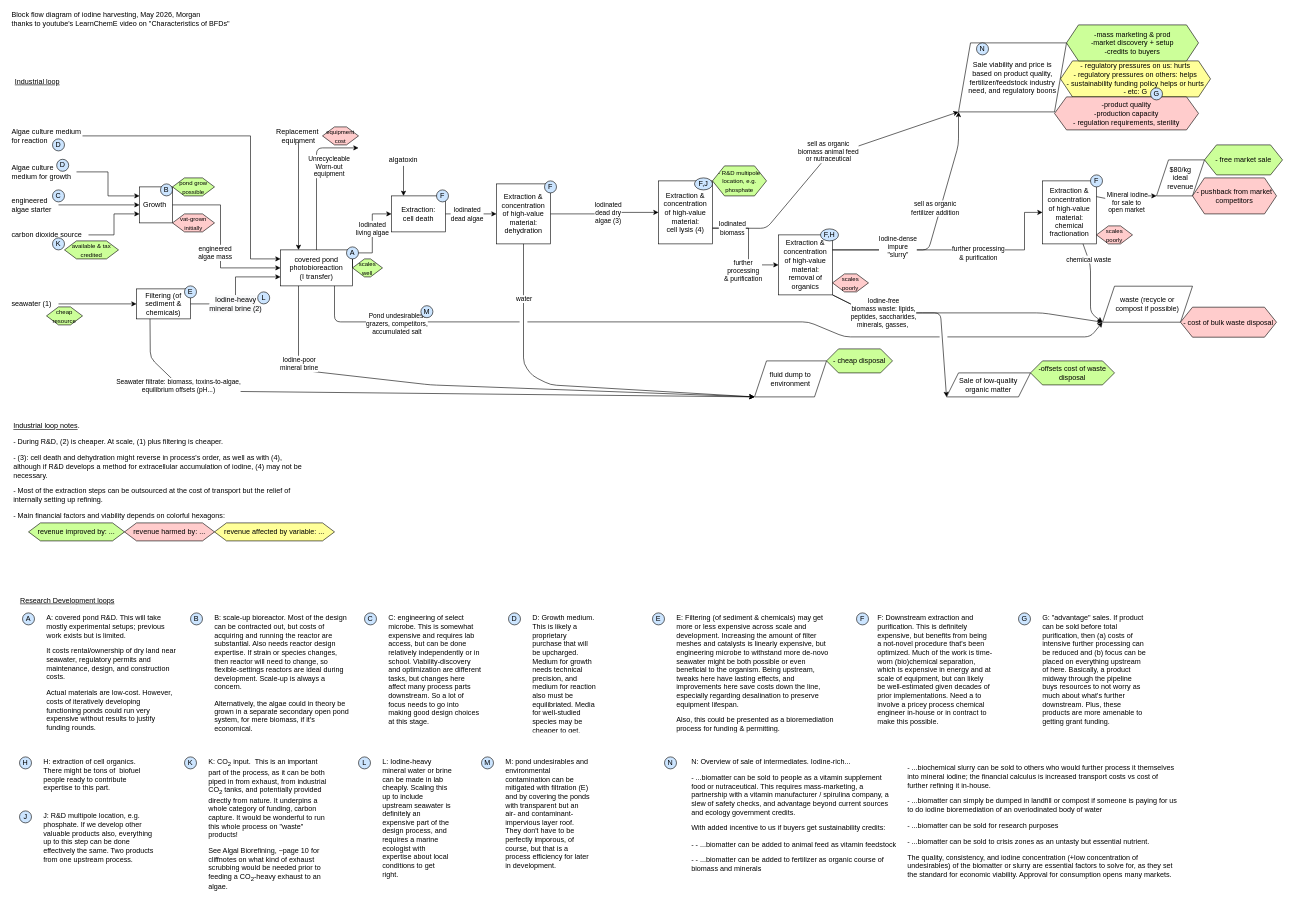
Before: iodine/aux/initial-iodine-block-flow-diagram.drawio.drawio in taoketao/bioinfo-projects, a draw.io diagram. Source tidied: cells renumbered, new cells numbered last; positions are measured from the earlier drawing's top-left corner, leaving out a move shared by most shapes. Both pictures are drawn from the tidied source at 60%, with x=0, y=0 at pixel (10, 13).
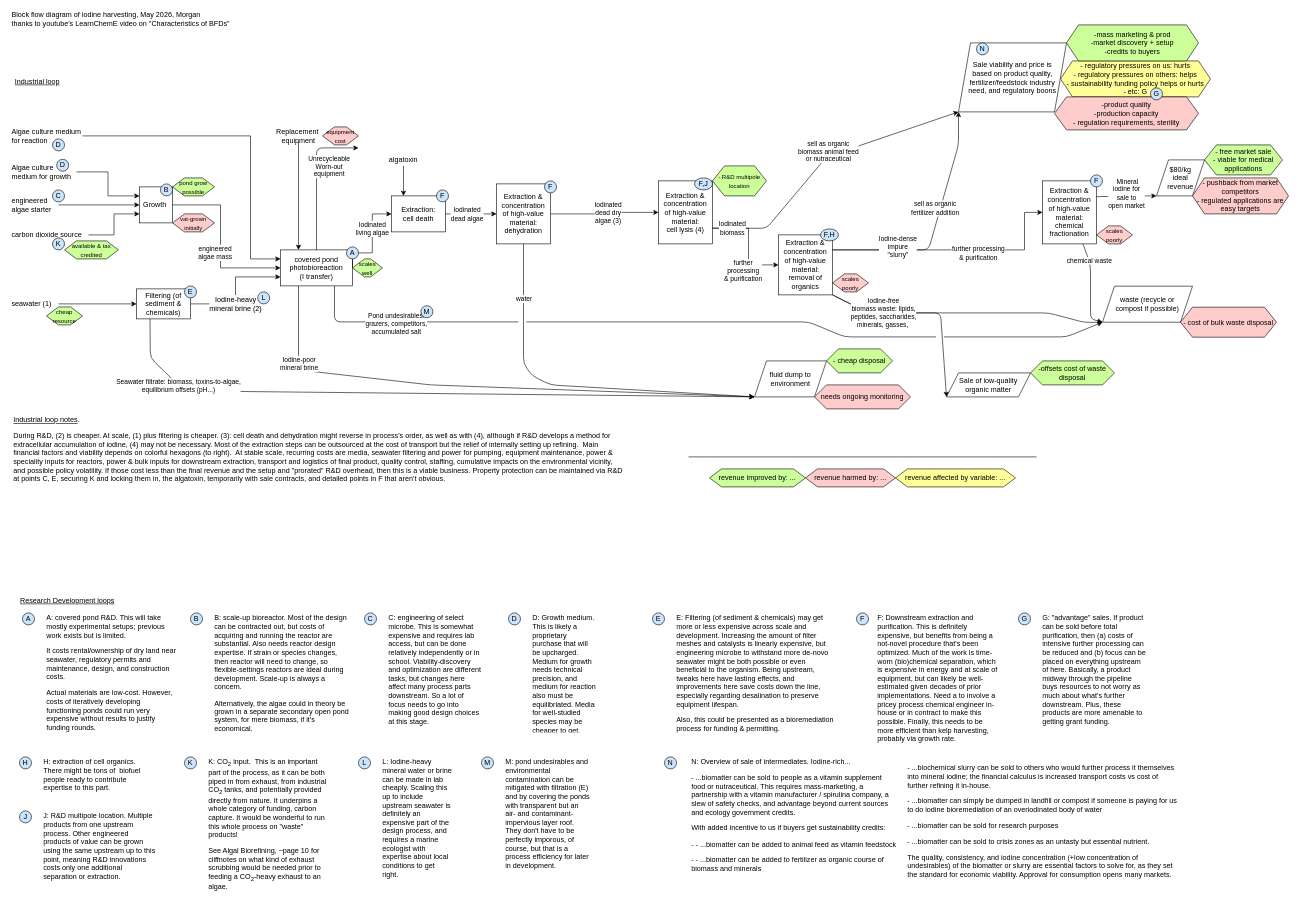
The same diagram, later.

Commit message (it also covers changes not shown here):
quick-synced :wq Sun May 17 21:34:04 2026 housekeeping commit. Added or edited block flow diagram.

Unchanged cells that the change refers to:
```xml
<mxCell id="12" value="covered pond photobioreaction&lt;br&gt;(I transfer)" style="rounded=0;whiteSpace=wrap;html=1;fillColor=none;" parent="1" vertex="1">
  <mxGeometry x="450" y="395" width="120" height="60" as="geometry" />
</mxCell>
<mxCell id="48" value="Extraction &amp;amp;&lt;br&gt;concentration&lt;br&gt;of high-value&lt;br&gt;material:&lt;br&gt;removal of&lt;br&gt;organics" style="rounded=0;whiteSpace=wrap;html=1;fillColor=none;" parent="1" vertex="1">
  <mxGeometry x="1280" y="370" width="90" height="100" as="geometry" />
</mxCell>
<mxCell id="49" value="Extraction &amp;amp;&lt;br&gt;concentration&lt;br&gt;of high-value&lt;br&gt;material:&lt;br&gt;chemical&lt;br&gt;fractionation" style="rounded=0;whiteSpace=wrap;html=1;fillColor=none;" parent="1" vertex="1">
  <mxGeometry x="1720" y="280" width="90" height="105" as="geometry" />
</mxCell>
<mxCell id="58" value="&lt;span&gt;$80/kg&lt;br&gt;ideal &lt;br&gt;revenue&lt;/span&gt;" style="shape=parallelogram;perimeter=parallelogramPerimeter;whiteSpace=wrap;html=1;fixedSize=1;fillColor=none;" parent="1" vertex="1">
  <mxGeometry x="1910" y="245" width="80" height="60" as="geometry" />
</mxCell>
<mxCell id="59" value="waste (recycle or &lt;br&gt;compost if possible)" style="shape=parallelogram;perimeter=parallelogramPerimeter;whiteSpace=wrap;html=1;fixedSize=1;fillColor=none;" parent="1" vertex="1">
  <mxGeometry x="1820" y="455.5" width="150" height="60" as="geometry" />
</mxCell>
```

Diff of the diagram source:
```diff
@@
     <mxCell id="26" style="endArrow=classic;html=1;exitX=0.75;exitY=1;exitDx=0;exitDy=0;entryX=0;entryY=1;entryDx=0;entryDy=0;" parent="1" edge="1" source="12" target="59">
       <mxGeometry relative="1" as="geometry">
         <Array as="points">
           <mxPoint x="540" y="515" />
           <mxPoint x="1330" y="515" />
           <mxPoint x="1390" y="540" />
-          <mxPoint x="1800" y="540" />
+          <mxPoint x="1760" y="540" />
         </Array>
       </mxGeometry>
     </mxCell>
@@
-    <mxCell id="45" value="&lt;p&gt;&lt;span style=&quot;font-size: 12px ; font-weight: 400&quot;&gt;&lt;u&gt;Industrial loop notes&lt;/u&gt;.&lt;/span&gt;&lt;/p&gt;&lt;p&gt;&lt;span style=&quot;font-size: 12px ; font-weight: 400&quot;&gt;- During R&amp;amp;D, (2) is cheaper. At scale, (1) plus filtering is cheaper.&lt;br&gt;&lt;/span&gt;&lt;/p&gt;&lt;p&gt;&lt;span style=&quot;font-size: 12px ; font-weight: 400&quot;&gt;- (3): cell death and dehydration might reverse in process's order, as well as with (4), although if R&amp;amp;D develops a method for extracellular accumulation of iodine, (4) may not be necessary.&lt;/span&gt;&lt;/p&gt;&lt;p&gt;&lt;/p&gt;&lt;p&gt;&lt;span style=&quot;font-size: 12px ; font-weight: 400&quot;&gt;- Most of the extraction steps can be outsourced at the cost of transport but the relief of internally setting up refining.&lt;/span&gt;&lt;/p&gt;&lt;p&gt;&lt;span style=&quot;font-size: 12px ; font-weight: 400&quot;&gt;- Main financial factors and viability depends on colorful hexagons:&amp;nbsp;&lt;/span&gt;&lt;/p&gt;" style="text;html=1;strokeColor=none;fillColor=none;spacing=5;spacingTop=-20;whiteSpace=wrap;overflow=hidden;rounded=0;" parent="1" vertex="1">
-      <mxGeometry y="680" width="500" height="190" as="geometry" />
+    <mxCell id="45" value="&lt;p&gt;&lt;span style=&quot;font-size: 12px ; font-weight: 400&quot;&gt;&lt;u&gt;Industrial loop notes&lt;/u&gt;.&lt;/span&gt;&lt;/p&gt;&lt;p&gt;&lt;span style=&quot;font-size: 12px ; font-weight: 400&quot;&gt;During R&amp;amp;D, (2) is cheaper. At scale, (1) plus filtering is cheaper.&lt;/span&gt;&lt;span&gt;&amp;nbsp;(3): cell death and dehydration might reverse in process's order, as well as with (4), although if R&amp;amp;D develops a method for extracellular accumulation of iodine, (4) may not be necessary.&amp;nbsp;&lt;/span&gt;&lt;span&gt;Most of the extraction steps can be outsourced at the cost of transport but the relief of internally setting up refining.&amp;nbsp;&amp;nbsp;&lt;/span&gt;&lt;span&gt;Main financial factors and viability depends on colorful hexagons (to right).&amp;nbsp; At stable scale, recurring costs are media, seawater filtering and power for pumping, equipment maintenance, power &amp;amp; speciality inputs for reactors, power &amp;amp; bulk inputs for downstream extraction, transport and logistics of final product, quality control, staffing, cumulative impacts on the environmental vicinity, and possible policy volatility. If those cost less than the final revenue and the setup and &quot;prorated&quot; R&amp;amp;D overhead, then this is a viable business. Property protection can be maintained via R&amp;amp;D at points C, E, securing K and locking them in, the algatoxin, temporarily with sale contracts, and detailed points in F that aren't obvious.&amp;nbsp;&lt;/span&gt;&lt;/p&gt;" style="text;html=1;strokeColor=none;fillColor=none;spacing=5;spacingTop=-20;whiteSpace=wrap;overflow=hidden;rounded=0;" parent="1" vertex="1">
+      <mxGeometry y="670" width="1030" height="190" as="geometry" />
     </mxCell>
@@
     <mxCell id="54" value="chemical waste" style="endArrow=classic;html=1;exitX=0.75;exitY=1;exitDx=0;exitDy=0;entryX=0;entryY=1;entryDx=0;entryDy=0;" parent="1" edge="1" source="49" target="59">
       <mxGeometry x="-0.6" relative="1" as="geometry">
         <Array as="points">
           <mxPoint x="1800" y="420" />
-          <mxPoint x="1800" y="500" />
+          <mxPoint x="1800" y="510" />
         </Array>
       </mxGeometry>
     </mxCell>
     <mxCell id="55" style="endArrow=classic;html=1;exitX=1;exitY=0.25;exitDx=0;exitDy=0;entryX=0;entryY=1;entryDx=0;entryDy=0;" parent="1" edge="1" source="49" target="58">
       <mxGeometry relative="1" as="geometry">
         <Array as="points">
-          <mxPoint x="1880" y="320" />
           <mxPoint x="1880" y="305" />
         </Array>
       </mxGeometry>
     </mxCell>
-    <mxCell id="56" value="&amp;nbsp;Mineral iodine&lt;br&gt;for sale to&lt;br&gt;open market" style="edgeLabel;html=1;align=center;verticalAlign=middle;" parent="55" vertex="1">
+    <mxCell id="56" value="&amp;nbsp;Mineral &lt;br&gt;iodine for &lt;br&gt;sale to &lt;br&gt;open market" style="edgeLabel;html=1;align=center;verticalAlign=middle;" parent="55" vertex="1">
       <mxGeometry relative="1" as="geometry">
-        <mxPoint x="-7" y="-2" as="offset" />
+        <mxPoint y="-5" as="offset" />
       </mxGeometry>
     </mxCell>
@@
-    <mxCell id="61" value="- free market sale" style="shape=hexagon;perimeter=hexagonPerimeter2;whiteSpace=wrap;html=1;fixedSize=1;fillColor=#CCFF99;" parent="1" vertex="1">
+    <mxCell id="61" value="- free market sale&lt;br&gt;- viable for medical applications" style="shape=hexagon;perimeter=hexagonPerimeter2;whiteSpace=wrap;html=1;fixedSize=1;fillColor=#CCFF99;" parent="1" vertex="1">
       <mxGeometry x="1990" y="220" width="130" height="50" as="geometry" />
     </mxCell>
-    <mxCell id="62" value="- pushback from market competitors" style="shape=hexagon;perimeter=hexagonPerimeter2;whiteSpace=wrap;html=1;fixedSize=1;fillColor=#FFCCCC;" parent="1" vertex="1">
-      <mxGeometry x="1970" y="275" width="140" height="60" as="geometry" />
+    <mxCell id="62" value="- pushback from market competitors&lt;br&gt;- regulated applications are easy targets" style="shape=hexagon;perimeter=hexagonPerimeter2;whiteSpace=wrap;html=1;fixedSize=1;fillColor=#FFCCCC;" parent="1" vertex="1">
+      <mxGeometry x="1970" y="275" width="160" height="60" as="geometry" />
     </mxCell>
@@
     <mxCell id="65" value="Iodine-free&lt;br&gt;biomass waste: lipids,&lt;br&gt;peptides, saccharides,&lt;br&gt;minerals, gasses,&amp;nbsp;" style="endArrow=classic;html=1;exitX=1;exitY=1;exitDx=0;exitDy=0;entryX=0;entryY=1;entryDx=0;entryDy=0;" parent="1" edge="1" source="48" target="59">
       <mxGeometry x="-0.6" relative="1" as="geometry">
         <Array as="points">
           <mxPoint x="1430" y="500" />
           <mxPoint x="1510" y="500" />
-          <mxPoint x="1720" y="500" />
+          <mxPoint x="1730" y="500" />
+          <mxPoint x="1790" y="516" />
         </Array>
       </mxGeometry>
     </mxCell>
@@
     <mxCell id="68" value="&lt;span&gt;revenue improved by: ...&lt;/span&gt;" style="shape=hexagon;perimeter=hexagonPerimeter2;whiteSpace=wrap;html=1;fixedSize=1;fillColor=#CCFF99;" parent="1" vertex="1">
-      <mxGeometry x="30" y="850" width="160" height="30" as="geometry" />
+      <mxGeometry x="1165" y="760" width="160" height="30" as="geometry" />
     </mxCell>
     <mxCell id="69" value="&lt;span&gt;revenue harmed by: ...&lt;/span&gt;" style="shape=hexagon;perimeter=hexagonPerimeter2;whiteSpace=wrap;html=1;fixedSize=1;fillColor=#FFCCCC;" parent="1" vertex="1">
-      <mxGeometry x="190" y="850" width="150" height="30" as="geometry" />
+      <mxGeometry x="1325" y="760" width="150" height="30" as="geometry" />
     </mxCell>
@@
     <mxCell id="74" value="revenue affected by variable: ..." style="shape=hexagon;perimeter=hexagonPerimeter2;whiteSpace=wrap;html=1;fixedSize=1;fillColor=#FFFF99;" parent="1" vertex="1">
-      <mxGeometry x="340" y="850" width="200" height="30" as="geometry" />
+      <mxGeometry x="1475" y="760" width="200" height="30" as="geometry" />
     </mxCell>
@@
-    <mxCell id="83" value="&lt;font style=&quot;font-size: 10px&quot;&gt;- R&amp;amp;D multipole location, e.g. phosphate&lt;/font&gt;" style="shape=hexagon;perimeter=hexagonPerimeter2;whiteSpace=wrap;html=1;fixedSize=1;fillColor=#CCFF99;" parent="1" vertex="1">
+    <mxCell id="83" value="&lt;font style=&quot;font-size: 10px&quot;&gt;- R&amp;amp;D multipole location&lt;/font&gt;" style="shape=hexagon;perimeter=hexagonPerimeter2;whiteSpace=wrap;html=1;fixedSize=1;fillColor=#CCFF99;" parent="1" vertex="1">
       <mxGeometry x="1170" y="255" width="90" height="50" as="geometry" />
     </mxCell>
@@
-    <mxCell id="110" value="&lt;p&gt;J: R&amp;amp;D multipole location, e.g. phosphate. If we develop other valuable products also, everything up to this step can be done effectively the same. Two products from one upstream process.&amp;nbsp;&lt;/p&gt;" style="text;html=1;strokeColor=none;fillColor=none;spacing=5;spacingTop=-20;whiteSpace=wrap;overflow=hidden;rounded=0;" parent="1" vertex="1">
+    <mxCell id="110" value="&lt;p&gt;J: R&amp;amp;D multipole location.&amp;nbsp;&lt;span&gt;Multiple products from one upstream process.&amp;nbsp;&lt;/span&gt;&lt;span&gt;Other engineered products of value can be grown using the same upstream up to this point, meaning R&amp;amp;D innovations costs only one additional separation or extraction.&amp;nbsp;&lt;/span&gt;&lt;/p&gt;" style="text;html=1;strokeColor=none;fillColor=none;spacing=5;spacingTop=-20;whiteSpace=wrap;overflow=hidden;rounded=0;" parent="1" vertex="1">
       <mxGeometry x="50" y="1330" width="195" height="140" as="geometry" />
     </mxCell>
@@
-    <mxCell id="124" value="&lt;p&gt;F: Downstream extraction and purification. This is definitely expensive, but benefits from being a not-novel procedure that's been optimized. Much of the work is time-worn (bio)chemical separation, which is expensive in energy and at scale of equipment, but can likely be well-estimated given decades of prior implementations. Need a to involve a pricey process chemical engineer in-house or in contract to make this possible.&amp;nbsp; &amp;nbsp;&lt;/p&gt;" style="text;html=1;strokeColor=none;fillColor=none;spacing=5;spacingTop=-20;whiteSpace=wrap;overflow=hidden;rounded=0;align=left;" parent="1" vertex="1">
-      <mxGeometry x="1440" y="1000" width="200" height="200" as="geometry" />
+    <mxCell id="124" value="&lt;p&gt;F: Downstream extraction and purification. This is definitely expensive, but benefits from being a not-novel procedure that's been optimized. Much of the work is time-worn (bio)chemical separation, which is expensive in energy and at scale of equipment, but can likely be well-estimated given decades of prior implementations. Need a to involve a pricey process chemical engineer in-house or in contract to make this possible. Finally, this needs to be more efficient than kelp harvesting, probably via growth rate.&lt;/p&gt;" style="text;html=1;strokeColor=none;fillColor=none;spacing=5;spacingTop=-20;whiteSpace=wrap;overflow=hidden;rounded=0;align=left;" parent="1" vertex="1">
+      <mxGeometry x="1440" y="1000" width="210" height="220" as="geometry" />
     </mxCell>
@@
+    <mxCell id="130" style="endArrow=none;html=1;" parent="1" edge="1">
+      <mxGeometry relative="1" as="geometry">
+        <mxPoint x="1130" y="740" as="sourcePoint" />
+        <mxPoint x="1710" y="740" as="targetPoint" />
+      </mxGeometry>
+    </mxCell>
+    <mxCell id="131" value="&lt;font style=&quot;font-size: 12px&quot;&gt;needs ongoing monitoring&lt;/font&gt;" style="shape=hexagon;perimeter=hexagonPerimeter2;whiteSpace=wrap;html=1;fixedSize=1;fillColor=#FFCCCC;" parent="1" vertex="1">
+      <mxGeometry x="1340" y="620" width="160" height="40" as="geometry" />
+    </mxCell>
```
